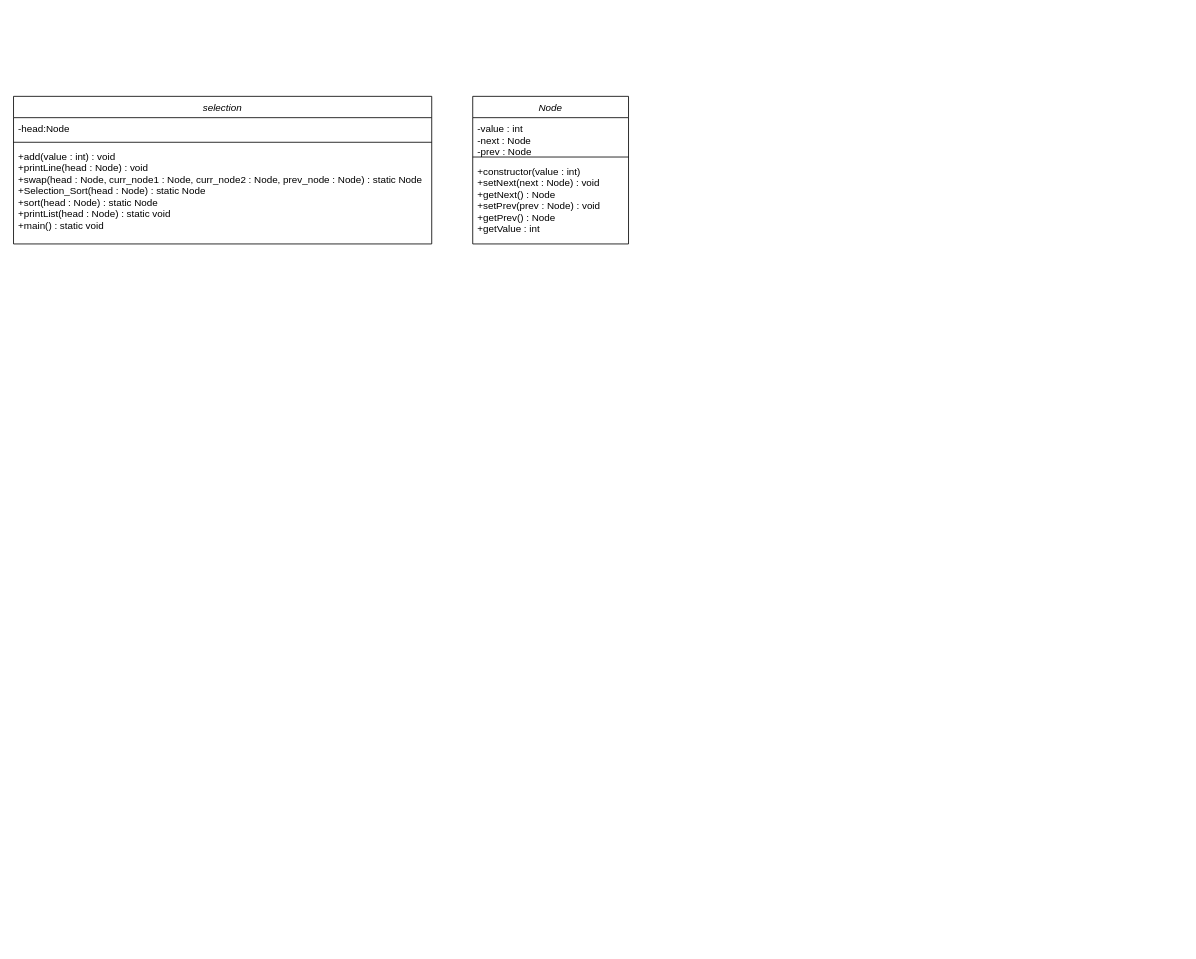
Earlier version of the draw.io diagram 3. SimpleSort/CLASS DIAGRAM SELECTION SORT.drawio (vstartech11/Strukdat). Source tidied: cells renumbered, new cells numbered last; positions are measured from the earlier drawing's top-left corner, leaving out a move shared by most shapes. Both pictures are drawn from the tidied source at 82%, with x=0, y=0 at pixel (13, 96).
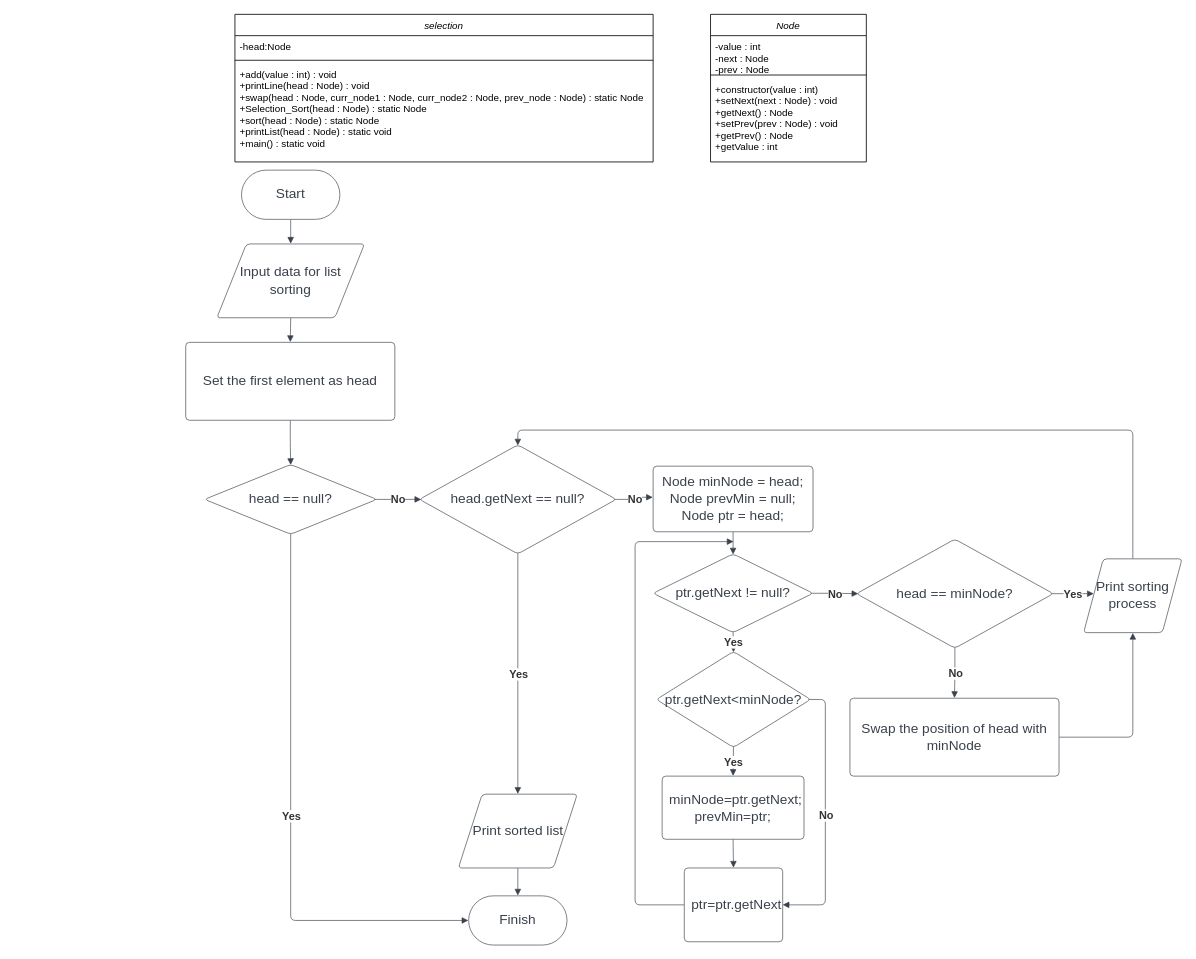
Above is the later version.

The edit, as a diff of the source:
```diff
@@
     <mxCell id="2" value="selection" style="swimlane;fontStyle=2;align=center;verticalAlign=top;horizontal=1;startSize=26;rounded=0;shadow=0;strokeWidth=1;" parent="1" vertex="1">
-      <mxGeometry width="510" height="180" as="geometry" />
+      <mxGeometry x="270" y="-100" width="510" height="180" as="geometry" />
     </mxCell>
@@
     <mxCell id="6" value="Node" style="swimlane;fontStyle=2;align=center;verticalAlign=top;horizontal=1;startSize=26;rounded=0;shadow=0;strokeWidth=1;" parent="1" vertex="1">
-      <mxGeometry x="560" width="190" height="180" as="geometry" />
+      <mxGeometry x="850" y="-100" width="190" height="180" as="geometry" />
     </mxCell>
@@
+    <mxCell id="10" value="Start" style="html=1;overflow=block;blockSpacing=1;whiteSpace=wrap;rounded=1;arcSize=50;fontSize=16.7;fontColor=#3a414a;spacing=3.8;strokeColor=#3a414a;strokeOpacity=100;strokeWidth=0.8;" parent="1" vertex="1">
+      <mxGeometry x="278" y="90" width="120" height="60" as="geometry" />
+    </mxCell>
+    <mxCell id="11" value="Input data for list sorting" style="html=1;overflow=block;blockSpacing=1;whiteSpace=wrap;shape=parallelogram;perimeter=parallelogramPerimeter;anchorPointDirection=0;fontSize=16.7;fontColor=#3a414a;spacing=3.8;strokeColor=#3a414a;strokeOpacity=100;rounded=1;absoluteArcSize=1;arcSize=9;strokeWidth=0.8;" parent="1" vertex="1">
+      <mxGeometry x="248" y="180" width="180" height="90" as="geometry" />
+    </mxCell>
+    <mxCell id="12" value="head.getNext == null?" style="html=1;overflow=block;blockSpacing=1;whiteSpace=wrap;rhombus;fontSize=16.7;fontColor=#3a414a;spacing=3.8;strokeColor=#3a414a;strokeOpacity=100;rounded=1;absoluteArcSize=1;arcSize=9;strokeWidth=0.8;" parent="1" vertex="1">
+      <mxGeometry x="495" y="425" width="240" height="133" as="geometry" />
+    </mxCell>
+    <mxCell id="13" value="Print sorted list" style="html=1;overflow=block;blockSpacing=1;whiteSpace=wrap;shape=parallelogram;perimeter=parallelogramPerimeter;anchorPointDirection=0;fontSize=16.7;fontColor=#3a414a;spacing=3.8;strokeColor=#3a414a;strokeOpacity=100;rounded=1;absoluteArcSize=1;arcSize=9;strokeWidth=0.8;" parent="1" vertex="1">
+      <mxGeometry x="542.5" y="851" width="145" height="90" as="geometry" />
+    </mxCell>
+    <mxCell id="14" value="Finish" style="html=1;overflow=block;blockSpacing=1;whiteSpace=wrap;rounded=1;arcSize=50;fontSize=16.7;fontColor=#3a414a;spacing=3.8;strokeColor=#3a414a;strokeOpacity=100;strokeWidth=0.8;" parent="1" vertex="1">
+      <mxGeometry x="555" y="975" width="120" height="60" as="geometry" />
+    </mxCell>
+    <mxCell id="15" value="Set the first element as head " style="html=1;overflow=block;blockSpacing=1;whiteSpace=wrap;fontSize=16.7;fontColor=#3a414a;spacing=9;strokeColor=#3a414a;strokeOpacity=100;rounded=1;absoluteArcSize=1;arcSize=9;strokeWidth=0.8;" parent="1" vertex="1">
+      <mxGeometry x="210" y="300" width="255" height="95" as="geometry" />
+    </mxCell>
+    <mxCell id="16" value="head == minNode?" style="html=1;overflow=block;blockSpacing=1;whiteSpace=wrap;rhombus;fontSize=16.7;fontColor=#3a414a;spacing=3.8;strokeColor=#3a414a;strokeOpacity=100;rounded=1;absoluteArcSize=1;arcSize=9;strokeWidth=0.8;" parent="1" vertex="1">
+      <mxGeometry x="1028" y="540" width="240" height="133" as="geometry" />
+    </mxCell>
+    <mxCell id="17" value="Swap the position of head with minNode" style="html=1;overflow=block;blockSpacing=1;whiteSpace=wrap;fontSize=16.7;fontColor=#3a414a;spacing=9;strokeColor=#3a414a;strokeOpacity=100;rounded=1;absoluteArcSize=1;arcSize=9;strokeWidth=0.8;" parent="1" vertex="1">
+      <mxGeometry x="1020" y="734" width="255" height="95" as="geometry" />
+    </mxCell>
+    <mxCell id="18" style="html=1;jettySize=18;whiteSpace=wrap;fontSize=13;strokeColor=#3a414a;strokeOpacity=100;strokeWidth=0.8;rounded=1;arcSize=12;edgeStyle=orthogonalEdgeStyle;startArrow=none;endArrow=block;endFill=1;exitX=0.5;exitY=1.006;exitPerimeter=0;entryX=0.5;entryY=-0.004;entryPerimeter=0;" parent="1" edge="1" source="10" target="11">
+      <mxGeometry relative="1" as="geometry" />
+    </mxCell>
+    <mxCell id="19" style="html=1;jettySize=18;whiteSpace=wrap;fontSize=13;strokeColor=#3a414a;strokeOpacity=100;strokeWidth=0.8;rounded=1;arcSize=12;edgeStyle=orthogonalEdgeStyle;startArrow=none;endArrow=block;endFill=1;exitX=0.5;exitY=1.004;exitPerimeter=0;entryX=0.5;entryY=-0.004;entryPerimeter=0;" parent="1" edge="1" source="11" target="15">
+      <mxGeometry relative="1" as="geometry" />
+    </mxCell>
+    <mxCell id="20" value="head == null?" style="html=1;overflow=block;blockSpacing=1;whiteSpace=wrap;rhombus;fontSize=16.7;fontColor=#3a414a;spacing=3.8;strokeColor=#3a414a;strokeOpacity=100;rounded=1;absoluteArcSize=1;arcSize=9;strokeWidth=0.8;" parent="1" vertex="1">
+      <mxGeometry x="233" y="449" width="210" height="85" as="geometry" />
+    </mxCell>
+    <mxCell id="21" style="html=1;jettySize=18;whiteSpace=wrap;fontSize=13;strokeColor=#3a414a;strokeOpacity=100;strokeWidth=0.8;rounded=1;arcSize=12;edgeStyle=orthogonalEdgeStyle;startArrow=none;endArrow=block;endFill=1;exitX=0.5;exitY=1.004;exitPerimeter=0;entryX=0.5;entryY=0.006;entryPerimeter=0;" parent="1" edge="1" source="15" target="20">
+      <mxGeometry relative="1" as="geometry" />
+    </mxCell>
+    <mxCell id="22" style="html=1;jettySize=18;whiteSpace=wrap;fontSize=13.3;fontColor=#333333;fontStyle=1;strokeColor=#3a414a;strokeOpacity=100;strokeWidth=0.8;rounded=1;arcSize=12;edgeStyle=orthogonalEdgeStyle;startArrow=none;endArrow=block;endFill=1;exitX=0.987;exitY=0.5;exitPerimeter=0;entryX=0.009;entryY=0.5;entryPerimeter=0;" parent="1" edge="1" source="20" target="12">
+      <mxGeometry relative="1" as="geometry" />
+    </mxCell>
+    <mxCell id="23" value="No" style="text;html=1;labelBackgroundColor=default;align=center;verticalAlign=middle;fontStyle=1;fontColor=#333333;fontSize=13.3;" parent="22" vertex="1">
+      <mxGeometry relative="1" as="geometry" />
+    </mxCell>
+    <mxCell id="24" style="html=1;jettySize=18;whiteSpace=wrap;fontSize=13.3;fontColor=#333333;fontStyle=1;strokeColor=#3a414a;strokeOpacity=100;strokeWidth=0.8;rounded=1;arcSize=12;edgeStyle=orthogonalEdgeStyle;startArrow=none;endArrow=block;endFill=1;exitX=0.5;exitY=0.994;exitPerimeter=0;entryX=-0.003;entryY=0.5;entryPerimeter=0;" parent="1" edge="1" source="20" target="14">
+      <mxGeometry relative="1" as="geometry" />
+    </mxCell>
+    <mxCell id="25" value="Yes" style="text;html=1;labelBackgroundColor=default;align=center;verticalAlign=middle;fontStyle=1;fontColor=#333333;fontSize=13.3;" parent="24" vertex="1">
+      <mxGeometry relative="1" as="geometry" />
+    </mxCell>
+    <mxCell id="26" style="html=1;jettySize=18;whiteSpace=wrap;fontSize=13.3;fontColor=#333333;fontStyle=1;strokeColor=#3a414a;strokeOpacity=100;strokeWidth=0.8;rounded=1;arcSize=12;edgeStyle=orthogonalEdgeStyle;startArrow=none;endArrow=block;endFill=1;exitX=0.5;exitY=0.994;exitPerimeter=0;entryX=0.5;entryY=-0.004;entryPerimeter=0;" parent="1" edge="1" source="12" target="13">
+      <mxGeometry relative="1" as="geometry" />
+    </mxCell>
+    <mxCell id="27" value="Yes" style="text;html=1;labelBackgroundColor=default;align=center;verticalAlign=middle;fontStyle=1;fontColor=#333333;fontSize=13.3;" parent="26" vertex="1">
+      <mxGeometry relative="1" as="geometry" />
+    </mxCell>
+    <mxCell id="28" style="html=1;jettySize=18;whiteSpace=wrap;fontSize=13;strokeColor=#3a414a;strokeOpacity=100;strokeWidth=0.8;rounded=1;arcSize=12;edgeStyle=orthogonalEdgeStyle;startArrow=none;endArrow=block;endFill=1;exitX=0.5;exitY=1.004;exitPerimeter=0;entryX=0.5;entryY=-0.006;entryPerimeter=0;" parent="1" edge="1" source="13" target="14">
+      <mxGeometry relative="1" as="geometry" />
+    </mxCell>
+    <mxCell id="29" style="html=1;jettySize=18;whiteSpace=wrap;fontSize=13;strokeColor=#3a414a;strokeOpacity=100;strokeWidth=0.8;rounded=1;arcSize=12;edgeStyle=orthogonalEdgeStyle;startArrow=none;endArrow=block;endFill=1;exitX=1.001;exitY=0.5;exitPerimeter=0;entryX=0.5;entryY=1.004;entryPerimeter=0;" parent="1" edge="1" source="17" target="51">
+      <mxGeometry relative="1" as="geometry" />
+    </mxCell>
+    <mxCell id="30" style="html=1;jettySize=18;whiteSpace=wrap;fontSize=13;strokeColor=#3a414a;strokeOpacity=100;strokeWidth=0.8;rounded=1;arcSize=12;edgeStyle=orthogonalEdgeStyle;startArrow=none;endArrow=block;endFill=1;exitX=0.5;exitY=-0.004;exitPerimeter=0;entryX=0.5;entryY=0.006;entryPerimeter=0;" parent="1" edge="1" source="51" target="12">
+      <mxGeometry relative="1" as="geometry" />
+    </mxCell>
+    <mxCell id="31" style="html=1;jettySize=18;whiteSpace=wrap;fontSize=13.3;fontColor=#333333;fontStyle=1;strokeColor=#3a414a;strokeOpacity=100;strokeWidth=0.8;rounded=1;arcSize=12;edgeStyle=orthogonalEdgeStyle;startArrow=none;endArrow=block;endFill=1;exitX=0.991;exitY=0.5;exitPerimeter=0;entryX=0.103;entryY=0.472;entryPerimeter=0;" parent="1" edge="1" source="16" target="51">
+      <mxGeometry relative="1" as="geometry" />
+    </mxCell>
+    <mxCell id="32" value="Yes" style="text;html=1;labelBackgroundColor=default;align=center;verticalAlign=middle;fontStyle=1;fontColor=#333333;fontSize=13.3;" parent="31" vertex="1">
+      <mxGeometry relative="1" as="geometry" />
+    </mxCell>
+    <mxCell id="33" style="html=1;jettySize=18;whiteSpace=wrap;fontSize=13.3;fontColor=#333333;fontStyle=1;strokeColor=#3a414a;strokeOpacity=100;strokeWidth=0.8;rounded=1;arcSize=12;edgeStyle=orthogonalEdgeStyle;startArrow=none;endArrow=block;endFill=1;exitX=0.5;exitY=0.994;exitPerimeter=0;entryX=0.5;entryY=-0.004;entryPerimeter=0;" parent="1" edge="1" source="16" target="17">
+      <mxGeometry relative="1" as="geometry" />
+    </mxCell>
+    <mxCell id="34" value="No" style="text;html=1;labelBackgroundColor=default;align=center;verticalAlign=middle;fontStyle=1;fontColor=#333333;fontSize=13.3;" parent="33" vertex="1">
+      <mxGeometry relative="1" as="geometry" />
+    </mxCell>
+    <mxCell id="35" value="Node minNode = head;&#10;Node prevMin = null;&#10;Node ptr = head;" style="html=1;overflow=block;blockSpacing=1;whiteSpace=wrap;fontSize=16.7;fontColor=#3a414a;spacing=9;strokeColor=#3a414a;strokeOpacity=100;rounded=1;absoluteArcSize=1;arcSize=9;strokeWidth=0.8;" parent="1" vertex="1">
+      <mxGeometry x="780" y="451" width="195" height="80" as="geometry" />
+    </mxCell>
+    <mxCell id="36" style="html=1;jettySize=18;whiteSpace=wrap;fontSize=13.3;fontColor=#333333;fontStyle=1;strokeColor=#3a414a;strokeOpacity=100;strokeWidth=0.8;rounded=1;arcSize=12;edgeStyle=orthogonalEdgeStyle;startArrow=none;endArrow=block;endFill=1;exitX=0.991;exitY=0.5;exitPerimeter=0;entryX=-0.002;entryY=0.474;entryPerimeter=0;" parent="1" edge="1" source="12" target="35">
+      <mxGeometry relative="1" as="geometry" />
+    </mxCell>
+    <mxCell id="37" value="No" style="text;html=1;labelBackgroundColor=default;align=center;verticalAlign=middle;fontStyle=1;fontColor=#333333;fontSize=13.3;" parent="36" vertex="1">
+      <mxGeometry relative="1" as="geometry" />
+    </mxCell>
+    <mxCell id="38" value="ptr.getNext != null?" style="html=1;overflow=block;blockSpacing=1;whiteSpace=wrap;rhombus;fontSize=16.7;fontColor=#3a414a;spacing=3.8;strokeColor=#3a414a;strokeOpacity=100;rounded=1;absoluteArcSize=1;arcSize=9;strokeWidth=0.8;" parent="1" vertex="1">
+      <mxGeometry x="780" y="558" width="195" height="96" as="geometry" />
+    </mxCell>
+    <mxCell id="39" value="ptr.getNext&amp;lt;minNode?" style="html=1;overflow=block;blockSpacing=1;whiteSpace=wrap;rhombus;fontSize=16.7;fontColor=#3a414a;spacing=3.8;strokeColor=#3a414a;strokeOpacity=100;rounded=1;absoluteArcSize=1;arcSize=9;strokeWidth=0.8;" parent="1" vertex="1">
+      <mxGeometry x="784" y="677" width="188" height="117" as="geometry" />
+    </mxCell>
+    <mxCell id="40" value="minNode=ptr.getNext;&#10;prevMin=ptr;" style="html=1;overflow=block;blockSpacing=1;whiteSpace=wrap;fontSize=16.7;fontColor=#3a414a;spacing=9;strokeColor=#3a414a;strokeOpacity=100;rounded=1;absoluteArcSize=1;arcSize=9;strokeWidth=0.8;" parent="1" vertex="1">
+      <mxGeometry x="791" y="829" width="173" height="77" as="geometry" />
+    </mxCell>
+    <mxCell id="41" value="ptr=ptr.getNext" style="html=1;overflow=block;blockSpacing=1;whiteSpace=wrap;fontSize=16.7;fontColor=#3a414a;spacing=9;strokeColor=#3a414a;strokeOpacity=100;rounded=1;absoluteArcSize=1;arcSize=9;strokeWidth=0.8;" parent="1" vertex="1">
+      <mxGeometry x="818" y="941" width="120" height="90" as="geometry" />
+    </mxCell>
+    <mxCell id="42" style="html=1;jettySize=18;whiteSpace=wrap;fontSize=13;strokeColor=#3a414a;strokeOpacity=100;strokeWidth=0.8;rounded=1;arcSize=12;edgeStyle=orthogonalEdgeStyle;startArrow=none;endArrow=block;endFill=1;exitX=0.5;exitY=1.004;exitPerimeter=0;entryX=0.5;entryY=-0.004;entryPerimeter=0;" parent="1" edge="1" source="40" target="41">
+      <mxGeometry relative="1" as="geometry" />
+    </mxCell>
+    <mxCell id="43" style="html=1;jettySize=18;whiteSpace=wrap;fontSize=13.3;fontColor=#333333;fontStyle=1;strokeColor=#3a414a;strokeOpacity=100;strokeWidth=0.8;rounded=1;arcSize=12;edgeStyle=orthogonalEdgeStyle;startArrow=none;endArrow=block;endFill=1;exitX=0.5;exitY=0.992;exitPerimeter=0;entryX=0.5;entryY=-0.004;entryPerimeter=0;" parent="1" edge="1" source="39" target="40">
+      <mxGeometry relative="1" as="geometry" />
+    </mxCell>
+    <mxCell id="44" value="Yes" style="text;html=1;labelBackgroundColor=default;align=center;verticalAlign=middle;fontStyle=1;fontColor=#333333;fontSize=13.3;" parent="43" vertex="1">
+      <mxGeometry relative="1" as="geometry" />
+    </mxCell>
+    <mxCell id="45" style="html=1;jettySize=18;whiteSpace=wrap;fontSize=13.3;fontColor=#333333;fontStyle=1;strokeColor=#3a414a;strokeOpacity=100;strokeWidth=0.8;rounded=1;arcSize=12;edgeStyle=orthogonalEdgeStyle;startArrow=none;endArrow=block;endFill=1;exitX=0.989;exitY=0.5;exitPerimeter=0;entryX=1;entryY=0.5;entryDx=0;entryDy=0;" parent="1" edge="1" source="39" target="41">
+      <mxGeometry relative="1" as="geometry">
+        <Array as="points">
+          <mxPoint x="990" y="736" />
+          <mxPoint x="990" y="986" />
+        </Array>
+      </mxGeometry>
+    </mxCell>
+    <mxCell id="46" value="No" style="text;html=1;labelBackgroundColor=default;align=center;verticalAlign=middle;fontStyle=1;fontColor=#333333;fontSize=13.3;" parent="45" vertex="1">
+      <mxGeometry relative="1" as="geometry" />
+    </mxCell>
+    <mxCell id="47" style="html=1;jettySize=18;whiteSpace=wrap;fontSize=13.3;fontColor=#333333;fontStyle=1;strokeColor=#3a414a;strokeOpacity=100;strokeWidth=0.8;rounded=1;arcSize=12;edgeStyle=orthogonalEdgeStyle;startArrow=none;endArrow=block;endFill=1;exitX=0.5;exitY=0.993;exitPerimeter=0;entryX=0.5;entryY=0.008;entryPerimeter=0;" parent="1" edge="1" source="38" target="39">
+      <mxGeometry relative="1" as="geometry" />
+    </mxCell>
+    <mxCell id="48" value="Yes" style="text;html=1;labelBackgroundColor=default;align=center;verticalAlign=middle;fontStyle=1;fontColor=#333333;fontSize=13.3;" parent="47" vertex="1">
+      <mxGeometry relative="1" as="geometry" />
+    </mxCell>
+    <mxCell id="49" style="html=1;jettySize=18;whiteSpace=wrap;fontSize=13.3;fontColor=#333333;fontStyle=1;strokeColor=#3a414a;strokeOpacity=100;strokeWidth=0.8;rounded=1;arcSize=12;edgeStyle=orthogonalEdgeStyle;startArrow=none;endArrow=block;endFill=1;exitX=0.988;exitY=0.5;exitPerimeter=0;entryX=0.009;entryY=0.5;entryPerimeter=0;" parent="1" edge="1" source="38" target="16">
+      <mxGeometry relative="1" as="geometry" />
+    </mxCell>
+    <mxCell id="50" value="No" style="text;html=1;labelBackgroundColor=default;align=center;verticalAlign=middle;fontStyle=1;fontColor=#333333;fontSize=13.3;" parent="49" vertex="1">
+      <mxGeometry relative="1" as="geometry" />
+    </mxCell>
+    <mxCell id="51" value="Print sorting process" style="html=1;overflow=block;blockSpacing=1;whiteSpace=wrap;shape=parallelogram;perimeter=parallelogramPerimeter;anchorPointDirection=0;fontSize=16.7;fontColor=#3a414a;spacing=3.8;strokeColor=#3a414a;strokeOpacity=100;rounded=1;absoluteArcSize=1;arcSize=9;strokeWidth=0.8;" parent="1" vertex="1">
+      <mxGeometry x="1305" y="564" width="120" height="90" as="geometry" />
+    </mxCell>
+    <mxCell id="52" style="html=1;jettySize=18;whiteSpace=wrap;fontSize=13;strokeColor=#3a414a;strokeOpacity=100;strokeWidth=0.8;rounded=1;arcSize=12;edgeStyle=orthogonalEdgeStyle;startArrow=none;endArrow=block;endFill=1;exitX=0.5;exitY=1.004;exitPerimeter=0;entryX=0.5;entryY=0.007;entryPerimeter=0;" parent="1" edge="1" source="35" target="38">
+      <mxGeometry relative="1" as="geometry" />
+    </mxCell>
+    <mxCell id="53" style="html=1;jettySize=18;whiteSpace=wrap;fontSize=13;strokeColor=#3a414a;strokeOpacity=100;strokeWidth=0.8;rounded=1;arcSize=12;edgeStyle=orthogonalEdgeStyle;startArrow=none;endArrow=block;endFill=1;exitX=-0.003;exitY=0.5;exitPerimeter=0;" parent="1" edge="1" source="41">
+      <mxGeometry relative="1" as="geometry">
+        <mxPoint x="878" y="543" as="targetPoint" />
+        <Array as="points">
+          <mxPoint x="758" y="986" />
+          <mxPoint x="758" y="543" />
+        </Array>
+      </mxGeometry>
+    </mxCell>
```
